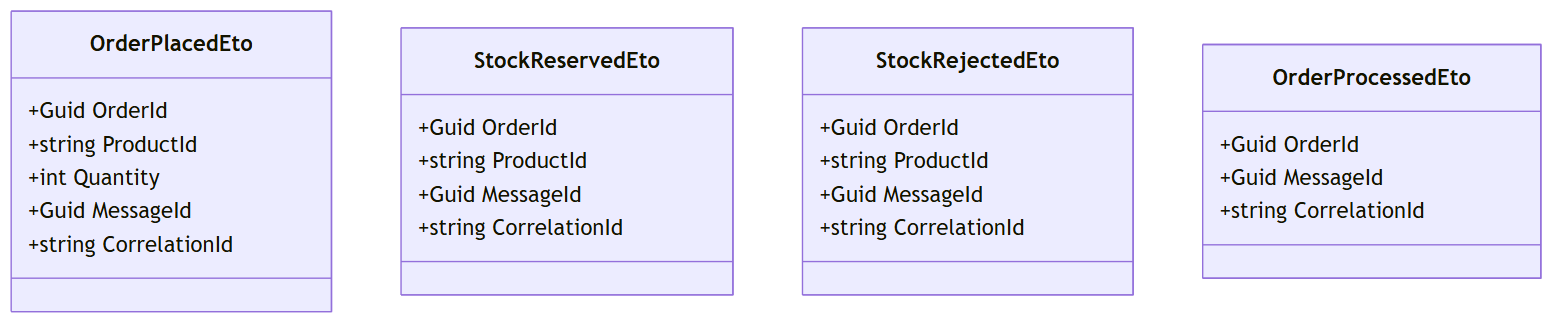
Above: report/figures/class-event-contracts.png in VuTanMinh/flash-sale-microservices (Mermaid), before the change. Its source is kept beside it as report/figures/class-event-contracts.mmd.
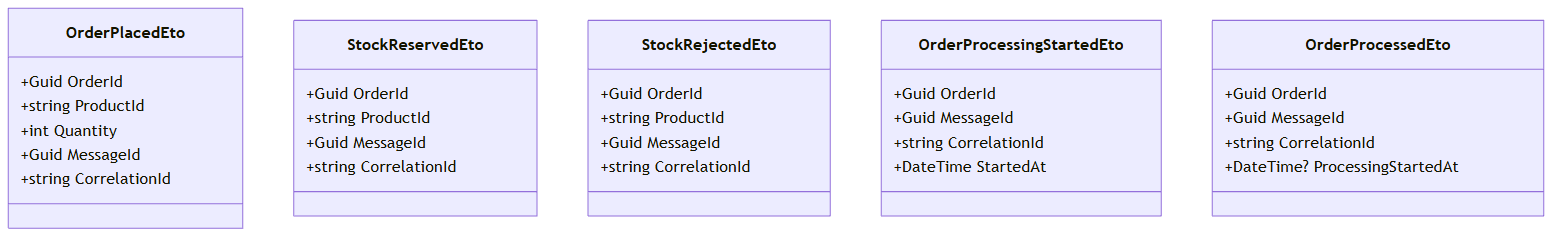
The same file after the commit.

What changed in the source:
```diff
@@ -18,8 +18,15 @@
         +Guid MessageId
         +string CorrelationId
     }
+    class OrderProcessingStartedEto {
+        +Guid OrderId
+        +Guid MessageId
+        +string CorrelationId
+        +DateTime StartedAt
+    }
     class OrderProcessedEto {
         +Guid OrderId
         +Guid MessageId
         +string CorrelationId
+        +DateTime? ProcessingStartedAt
     }
```
